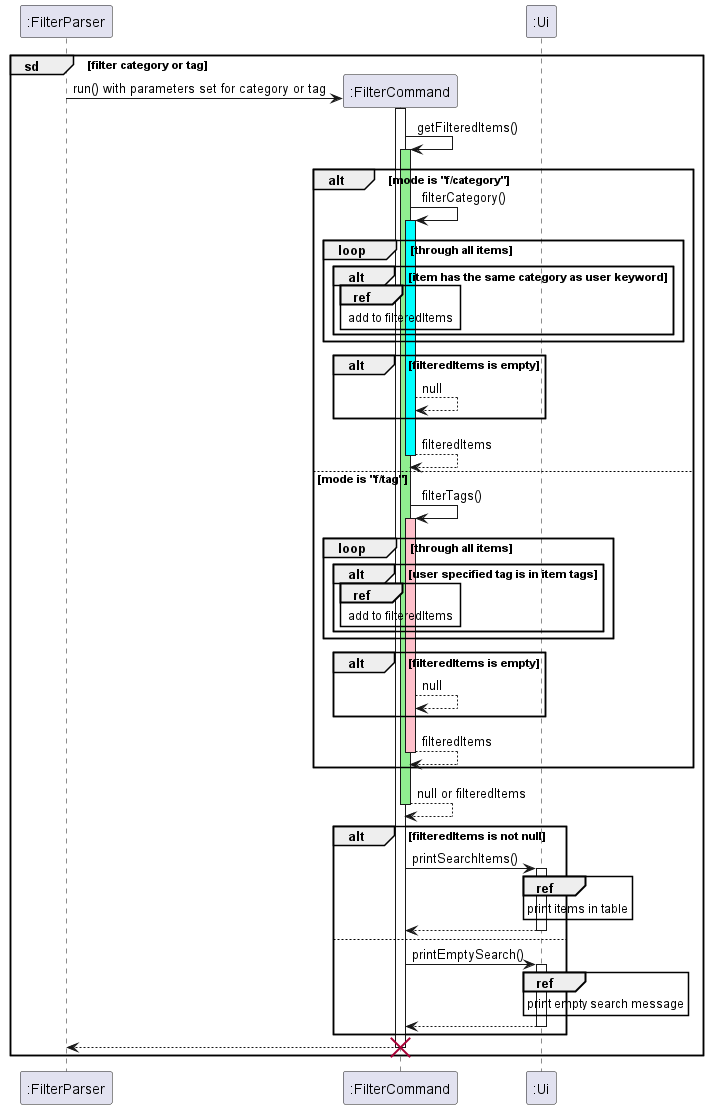
Before: docs/UML/Filter/FilterTagCategory.png, a diagram exported from PlantUML (nus-cs2113-AY2223S2/tp).
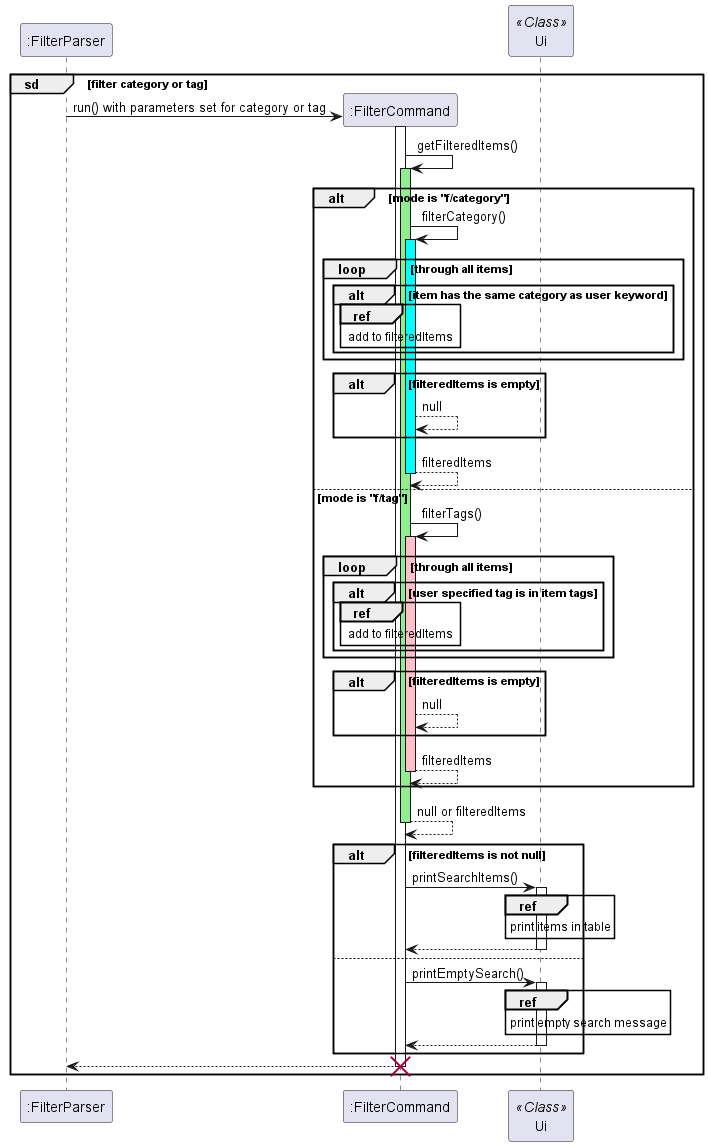
The same diagram one commit later.

Change to the diagram source:
```diff
@@ -36,17 +36,18 @@
         return filteredItems
     end
     return null or filteredItems
+    Participant "Ui" << Class >>
     alt filteredItems is not null
-        ":FilterCommand" -> ":Ui": printSearchItems()
-        activate ":Ui"
-        ref over ":Ui"
+        ":FilterCommand" -> "Ui": printSearchItems()
+        activate "Ui"
+        ref over "Ui"
             print items in table
         end ref
         return
     else
-        ":FilterCommand" -> ":Ui": printEmptySearch()
-        activate ":Ui"
-        ref over ":Ui"
+        ":FilterCommand" -> "Ui": printEmptySearch()
+        activate "Ui"
+        ref over "Ui"
             print empty search message
         end ref
         return
```
